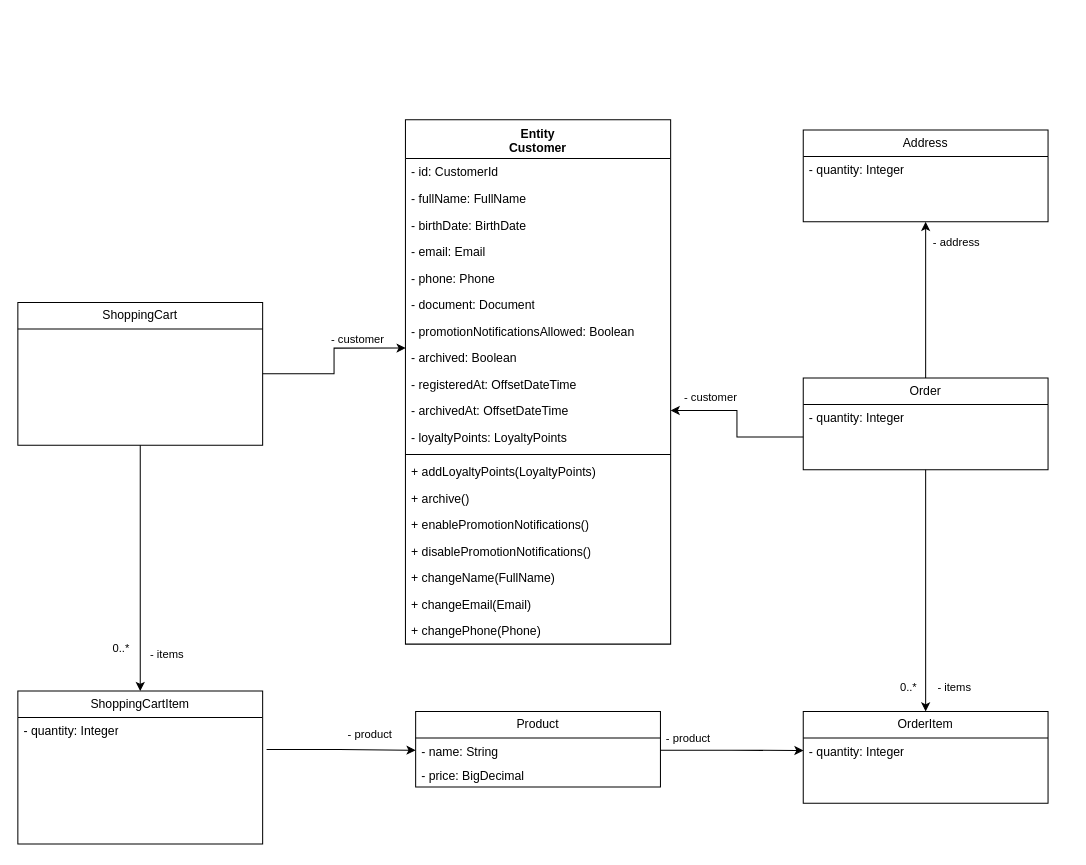
The draw.io diagram page "Página-1" (1 of 2) of Algashop domain model.drawio in dhsouza/algashop-docs, before the edit. Source tidied: cells renumbered, new cells numbered last; positions are measured from the earlier drawing's top-left corner, leaving out a move shared by most shapes. Both pictures are drawn from the tidied source at 102%, with x=0, y=0 at pixel (17, 119).
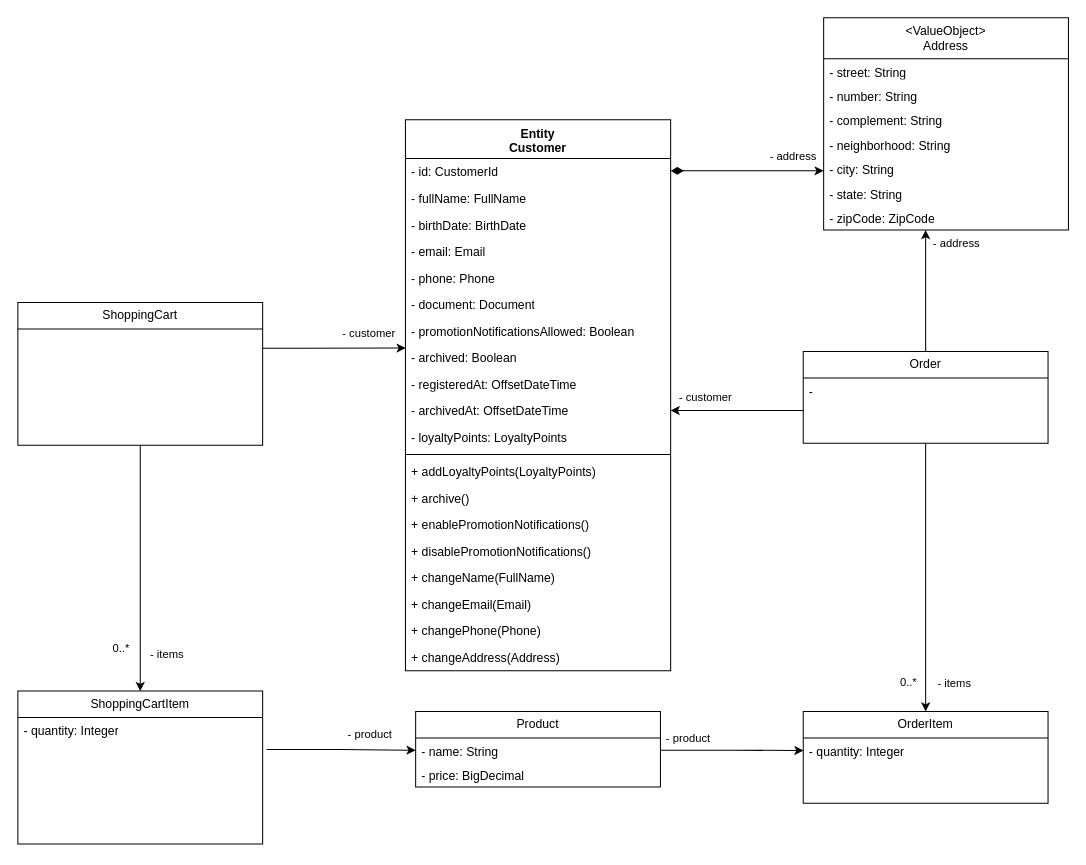
After the change.

Commit message (it also covers changes not shown here):
chore: update domain model

The change refers to these unchanged cells:
```xml
<mxCell id="10" value="-&amp;nbsp;archived: Boolean" style="text;strokeColor=none;fillColor=none;align=left;verticalAlign=top;spacingLeft=4;spacingRight=4;overflow=hidden;points=[[0,0.5],[1,0.5]];portConstraint=eastwest;whiteSpace=wrap;html=1;" parent="2" vertex="1">
  <mxGeometry y="220" width="260" height="26" as="geometry" />
</mxCell>
<mxCell id="27" value="ShoppingCart" style="swimlane;fontStyle=0;horizontal=1;startSize=26;fillColor=none;whiteSpace=wrap;html=1;" parent="1" vertex="1">
  <mxGeometry y="179" width="240" height="140" as="geometry" />
</mxCell>
```

The edit, as a diff of the source:
```diff
@@
+    <mxCell id="50" style="rounded=0;jettySize=auto;html=1;flowAnimation=0;edgeStyle=orthogonalEdgeStyle;startArrow=diamondThin;startFill=1;strokeWidth=1;startSize=10;" parent="1" edge="1" source="2" target="46">
+      <mxGeometry relative="1" as="geometry">
+        <Array as="points">
+          <mxPoint x="720" y="50" />
+          <mxPoint x="720" y="50" />
+        </Array>
+      </mxGeometry>
+    </mxCell>
+    <mxCell id="51" value="- address" style="edgeLabel;html=1;align=center;verticalAlign=middle;" parent="50" vertex="1">
+      <mxGeometry x="0.83" y="1" relative="1" as="geometry">
+        <mxPoint x="-18" y="-14" as="offset" />
+      </mxGeometry>
+    </mxCell>
     <mxCell id="2" value="Entity&lt;div&gt;Customer&lt;/div&gt;" style="swimlane;fontStyle=1;align=center;verticalAlign=top;horizontal=1;startSize=38;whiteSpace=wrap;html=1;" parent="1" vertex="1">
-      <mxGeometry x="380" width="260" height="514" as="geometry" />
+      <mxGeometry x="380" width="260" height="540" as="geometry" />
     </mxCell>
@@
+    <mxCell id="52" value="+&amp;nbsp;changeAddress(Address)" style="text;strokeColor=none;fillColor=none;align=left;verticalAlign=top;spacingLeft=4;spacingRight=4;overflow=hidden;whiteSpace=wrap;html=1;" parent="2" vertex="1">
+      <mxGeometry y="514" width="260" height="26" as="geometry" />
+    </mxCell>
@@
     <mxCell id="25" style="edgeStyle=orthogonalEdgeStyle;rounded=0;jettySize=auto;html=1;entryX=0.001;entryY=0.145;entryDx=0;entryDy=0;entryPerimeter=0;" parent="1" edge="1" source="27" target="10">
-      <mxGeometry relative="1" as="geometry" />
+      <mxGeometry relative="1" as="geometry">
+        <Array as="points">
+          <mxPoint x="270" y="224" />
+          <mxPoint x="270" y="224" />
+        </Array>
+      </mxGeometry>
     </mxCell>
@@
     <mxCell id="39" style="edgeStyle=orthogonalEdgeStyle;rounded=0;jettySize=auto;html=1;" parent="1" edge="1" source="44" target="46">
-      <mxGeometry relative="1" as="geometry" />
+      <mxGeometry relative="1" as="geometry">
+        <Array as="points">
+          <mxPoint x="890" y="140" />
+          <mxPoint x="890" y="140" />
+        </Array>
+      </mxGeometry>
     </mxCell>
@@
     <mxCell id="44" value="Order" style="swimlane;fontStyle=0;horizontal=1;startSize=26;fillColor=none;whiteSpace=wrap;html=1;" parent="1" vertex="1">
-      <mxGeometry x="770" y="253" width="240" height="90" as="geometry" />
+      <mxGeometry x="770" y="227" width="240" height="90" as="geometry" />
     </mxCell>
-    <mxCell id="45" value="- quantity: Integer" style="text;strokeColor=none;fillColor=none;align=left;verticalAlign=top;spacingLeft=4;spacingRight=4;overflow=hidden;points=[[0,0.5],[1,0.5]];portConstraint=eastwest;whiteSpace=wrap;html=1;" parent="44" vertex="1">
+    <mxCell id="45" value="-&amp;nbsp;" style="text;strokeColor=none;fillColor=none;align=left;verticalAlign=top;spacingLeft=4;spacingRight=4;overflow=hidden;points=[[0,0.5],[1,0.5]];portConstraint=eastwest;whiteSpace=wrap;html=1;" parent="44" vertex="1">
       <mxGeometry y="26" width="240" height="64" as="geometry" />
     </mxCell>
-    <mxCell id="46" value="Address" style="swimlane;fontStyle=0;horizontal=1;startSize=26;fillColor=none;whiteSpace=wrap;html=1;" parent="1" vertex="1">
-      <mxGeometry x="770" y="10" width="240" height="90" as="geometry" />
+    <mxCell id="46" value="&lt;div&gt;&amp;lt;ValueObject&amp;gt;&lt;/div&gt;Address" style="swimlane;fontStyle=0;horizontal=1;startSize=40;fillColor=none;whiteSpace=wrap;html=1;" parent="1" vertex="1">
+      <mxGeometry x="790" y="-100" width="240" height="208" as="geometry" />
     </mxCell>
-    <mxCell id="47" value="- quantity: Integer" style="text;strokeColor=none;fillColor=none;align=left;verticalAlign=top;spacingLeft=4;spacingRight=4;overflow=hidden;whiteSpace=wrap;html=1;" parent="46" vertex="1">
-      <mxGeometry y="26" width="240" height="64" as="geometry" />
+    <mxCell id="47" value="- street: String" style="text;strokeColor=none;fillColor=none;align=left;verticalAlign=top;spacingLeft=4;spacingRight=4;overflow=hidden;whiteSpace=wrap;html=1;" parent="46" vertex="1">
+      <mxGeometry y="40" width="240" height="24" as="geometry" />
     </mxCell>
+    <mxCell id="53" value="- number: String" style="text;strokeColor=none;fillColor=none;align=left;verticalAlign=top;spacingLeft=4;spacingRight=4;overflow=hidden;whiteSpace=wrap;html=1;" parent="46" vertex="1">
+      <mxGeometry y="64" width="240" height="24" as="geometry" />
+    </mxCell>
+    <mxCell id="54" value="- complement: String" style="text;strokeColor=none;fillColor=none;align=left;verticalAlign=top;spacingLeft=4;spacingRight=4;overflow=hidden;whiteSpace=wrap;html=1;" parent="46" vertex="1">
+      <mxGeometry y="88" width="240" height="24" as="geometry" />
+    </mxCell>
+    <mxCell id="55" value="- neighborhood: String" style="text;strokeColor=none;fillColor=none;align=left;verticalAlign=top;spacingLeft=4;spacingRight=4;overflow=hidden;whiteSpace=wrap;html=1;" parent="46" vertex="1">
+      <mxGeometry y="112" width="240" height="24" as="geometry" />
+    </mxCell>
+    <mxCell id="56" value="- city: String" style="text;strokeColor=none;fillColor=none;align=left;verticalAlign=top;spacingLeft=4;spacingRight=4;overflow=hidden;whiteSpace=wrap;html=1;" parent="46" vertex="1">
+      <mxGeometry y="136" width="240" height="24" as="geometry" />
+    </mxCell>
+    <mxCell id="57" value="- state: String" style="text;strokeColor=none;fillColor=none;align=left;verticalAlign=top;spacingLeft=4;spacingRight=4;overflow=hidden;whiteSpace=wrap;html=1;" parent="46" vertex="1">
+      <mxGeometry y="160" width="240" height="24" as="geometry" />
+    </mxCell>
+    <mxCell id="58" value="- zipCode: ZipCode" style="text;strokeColor=none;fillColor=none;align=left;verticalAlign=top;spacingLeft=4;spacingRight=4;overflow=hidden;whiteSpace=wrap;html=1;" parent="46" vertex="1">
+      <mxGeometry y="184" width="240" height="24" as="geometry" />
+    </mxCell>
```
